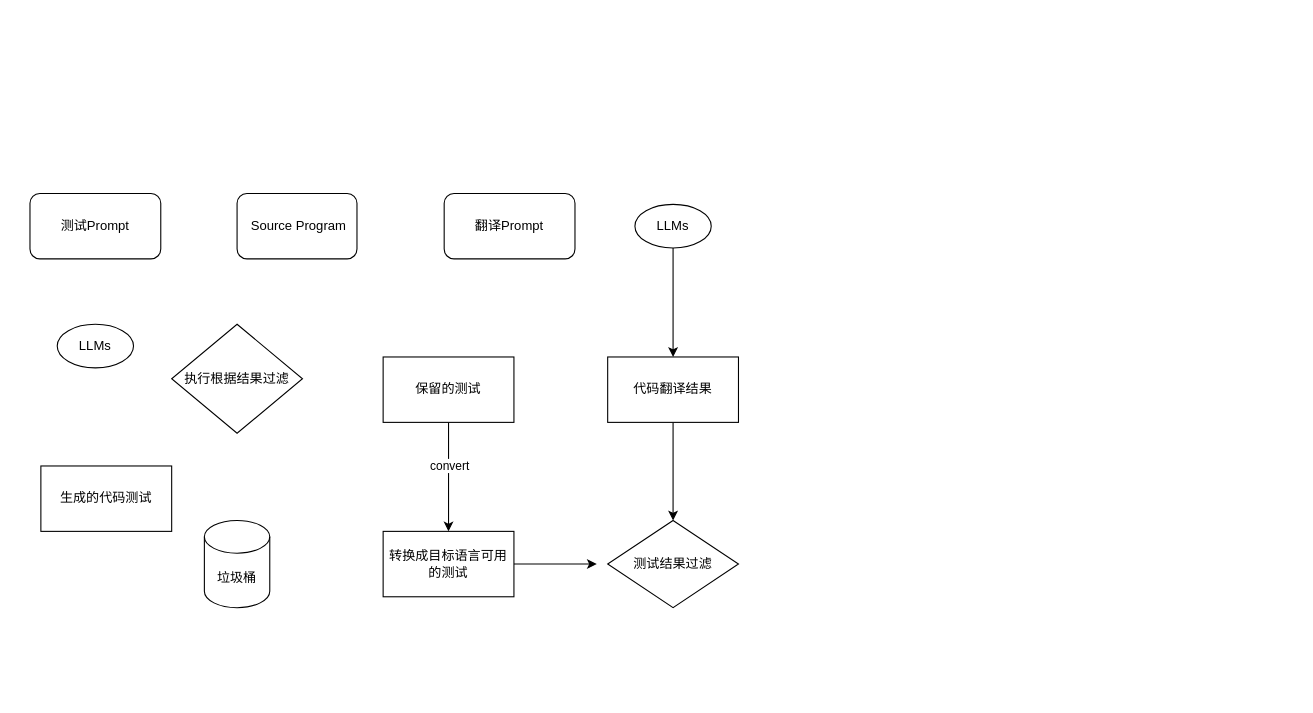
This is 思维导图/my-design.drawio from SinzoL/-, a draw.io file, before an edit. Source tidied: cells renumbered, new cells numbered last; positions are measured from the earlier drawing's top-left corner, leaving out a move shared by most shapes. Both pictures are drawn from the tidied source at 109%, with x=0, y=0 at pixel (29, 193).
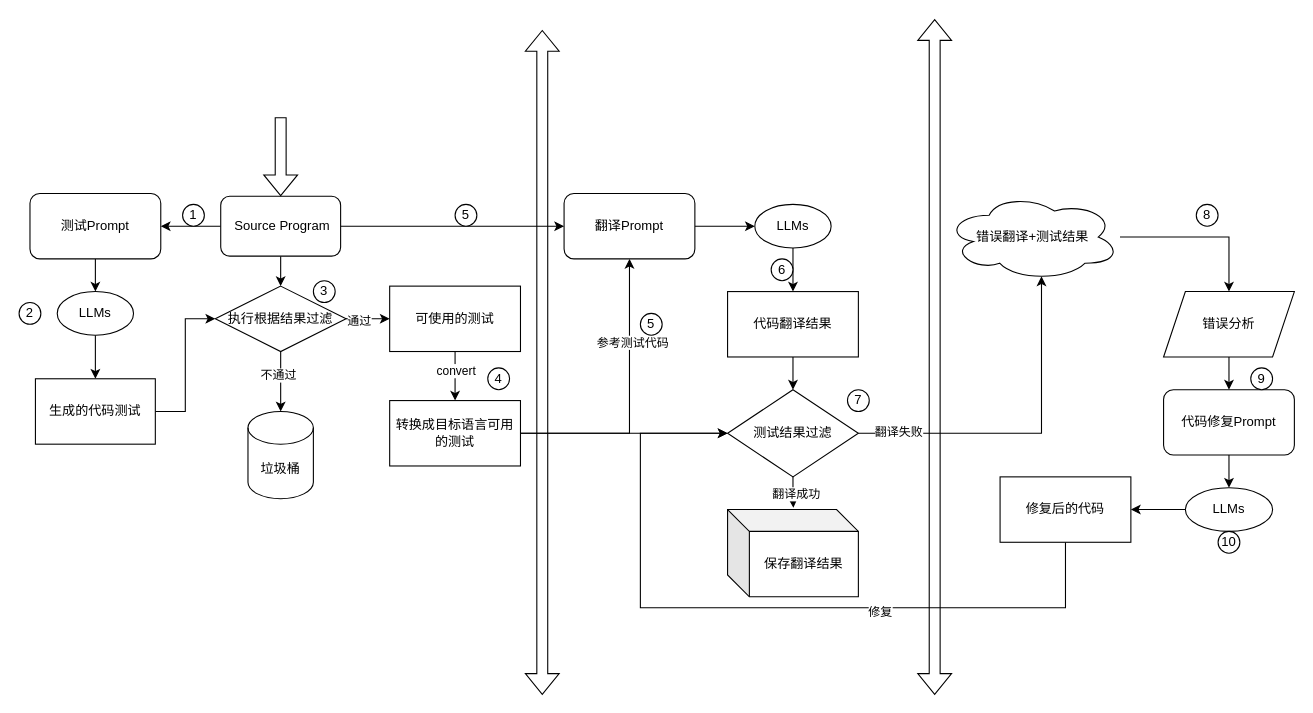
After the change.

Unchanged cells that the change refers to:
```xml
<mxCell id="2" value="测试Prompt" style="rounded=1;whiteSpace=wrap;html=1;" parent="1" vertex="1">
  <mxGeometry width="120" height="60" as="geometry" />
</mxCell>
```

Change to the diagram source:
```diff
@@
+    <mxCell id="19" style="edgeStyle=orthogonalEdgeStyle;rounded=0;jettySize=auto;html=1;entryX=0.5;entryY=0;entryDx=0;entryDy=0;" parent="1" edge="1" source="2" target="4">
+      <mxGeometry relative="1" as="geometry" />
+    </mxCell>
@@
+    <mxCell id="20" style="edgeStyle=orthogonalEdgeStyle;rounded=0;jettySize=auto;html=1;entryX=1;entryY=0.5;entryDx=0;entryDy=0;" parent="1" edge="1" source="3" target="2">
+      <mxGeometry relative="1" as="geometry" />
+    </mxCell>
+    <mxCell id="21" style="edgeStyle=orthogonalEdgeStyle;rounded=0;jettySize=auto;html=1;entryX=0;entryY=0.5;entryDx=0;entryDy=0;" parent="1" edge="1" source="3" target="11">
+      <mxGeometry relative="1" as="geometry" />
+    </mxCell>
+    <mxCell id="22" style="edgeStyle=orthogonalEdgeStyle;rounded=0;jettySize=auto;html=1;entryX=0.5;entryY=0;entryDx=0;entryDy=0;" parent="1" edge="1" source="3" target="6">
+      <mxGeometry relative="1" as="geometry" />
+    </mxCell>
     <mxCell id="3" value="&amp;nbsp;Source Program" style="rounded=1;whiteSpace=wrap;html=1;" parent="1" vertex="1">
-      <mxGeometry x="190" width="110" height="60" as="geometry" />
+      <mxGeometry x="175" y="2.5" width="110" height="55" as="geometry" />
     </mxCell>
+    <mxCell id="23" style="edgeStyle=orthogonalEdgeStyle;rounded=0;jettySize=auto;html=1;entryX=0.5;entryY=0;entryDx=0;entryDy=0;" parent="1" edge="1" source="4" target="5">
+      <mxGeometry relative="1" as="geometry" />
+    </mxCell>
     <mxCell id="4" value="LLMs" style="ellipse;whiteSpace=wrap;html=1;" parent="1" vertex="1">
-      <mxGeometry x="25" y="120" width="70" height="40" as="geometry" />
+      <mxGeometry x="25" y="90" width="70" height="40" as="geometry" />
     </mxCell>
+    <mxCell id="24" style="edgeStyle=orthogonalEdgeStyle;rounded=0;jettySize=auto;html=1;entryX=0;entryY=0.5;entryDx=0;entryDy=0;" parent="1" edge="1" source="5" target="6">
+      <mxGeometry relative="1" as="geometry" />
+    </mxCell>
     <mxCell id="5" value="生成的代码测试" style="rounded=0;whiteSpace=wrap;html=1;" parent="1" vertex="1">
-      <mxGeometry x="10" y="250" width="120" height="60" as="geometry" />
+      <mxGeometry x="5" y="170" width="110" height="60" as="geometry" />
     </mxCell>
+    <mxCell id="25" style="edgeStyle=orthogonalEdgeStyle;rounded=0;jettySize=auto;html=1;" parent="1" edge="1" source="6" target="7">
+      <mxGeometry relative="1" as="geometry" />
+    </mxCell>
+    <mxCell id="26" value="不通过" style="edgeLabel;html=1;align=center;verticalAlign=middle;" parent="25" vertex="1">
+      <mxGeometry x="-0.22" y="-3" relative="1" as="geometry" />
+    </mxCell>
+    <mxCell id="27" style="edgeStyle=orthogonalEdgeStyle;rounded=0;jettySize=auto;html=1;entryX=0;entryY=0.5;entryDx=0;entryDy=0;" parent="1" edge="1" source="6" target="10">
+      <mxGeometry relative="1" as="geometry" />
+    </mxCell>
+    <mxCell id="28" value="通过" style="edgeLabel;html=1;align=center;verticalAlign=middle;" parent="27" vertex="1">
+      <mxGeometry x="-0.47" y="-1" relative="1" as="geometry" />
+    </mxCell>
     <mxCell id="6" value="执行根据结果过滤" style="rhombus;whiteSpace=wrap;html=1;" parent="1" vertex="1">
-      <mxGeometry x="130" y="120" width="120" height="100" as="geometry" />
+      <mxGeometry x="170" y="85" width="120" height="60" as="geometry" />
     </mxCell>
     <mxCell id="7" value="垃圾桶" style="shape=cylinder3;whiteSpace=wrap;html=1;boundedLbl=1;backgroundOutline=1;size=15;" parent="1" vertex="1">
-      <mxGeometry x="160" y="300" width="60" height="80" as="geometry" />
+      <mxGeometry x="200" y="200" width="60" height="80" as="geometry" />
     </mxCell>
@@
-    <mxCell id="10" value="保留的测试" style="rounded=0;whiteSpace=wrap;html=1;" parent="1" vertex="1">
-      <mxGeometry x="324" y="150" width="120" height="60" as="geometry" />
+    <mxCell id="10" value="可使用的测试" style="rounded=0;whiteSpace=wrap;html=1;" parent="1" vertex="1">
+      <mxGeometry x="330" y="85" width="120" height="60" as="geometry" />
     </mxCell>
+    <mxCell id="29" style="edgeStyle=orthogonalEdgeStyle;rounded=0;jettySize=auto;html=1;entryX=0;entryY=0.5;entryDx=0;entryDy=0;" parent="1" edge="1" source="11" target="13">
+      <mxGeometry relative="1" as="geometry" />
+    </mxCell>
     <mxCell id="11" value="翻译Prompt" style="rounded=1;whiteSpace=wrap;html=1;" parent="1" vertex="1">
-      <mxGeometry x="380" width="120" height="60" as="geometry" />
+      <mxGeometry x="490" width="120" height="60" as="geometry" />
     </mxCell>
@@
     <mxCell id="13" value="LLMs" style="ellipse;whiteSpace=wrap;html=1;" parent="1" vertex="1">
-      <mxGeometry x="555" y="10" width="70" height="40" as="geometry" />
+      <mxGeometry x="665" y="10" width="70" height="40" as="geometry" />
     </mxCell>
@@
     <mxCell id="15" value="代码翻译结果" style="rounded=0;whiteSpace=wrap;html=1;" parent="1" vertex="1">
-      <mxGeometry x="530" y="150" width="120" height="60" as="geometry" />
+      <mxGeometry x="640" y="90" width="120" height="60" as="geometry" />
     </mxCell>
-    <mxCell id="16" style="edgeStyle=orthogonalEdgeStyle;rounded=0;jettySize=auto;html=1;" parent="1" edge="1" source="17">
-      <mxGeometry relative="1" as="geometry">
-        <mxPoint x="520" y="340" as="targetPoint" />
-      </mxGeometry>
+    <mxCell id="16" style="edgeStyle=orthogonalEdgeStyle;rounded=0;jettySize=auto;html=1;entryX=0;entryY=0.5;entryDx=0;entryDy=0;" parent="1" edge="1" source="17" target="18">
+      <mxGeometry relative="1" as="geometry" />
     </mxCell>
+    <mxCell id="30" style="edgeStyle=orthogonalEdgeStyle;rounded=0;jettySize=auto;html=1;entryX=0.5;entryY=1;entryDx=0;entryDy=0;" parent="1" edge="1" source="17" target="11">
+      <mxGeometry relative="1" as="geometry">
+        <Array as="points">
+          <mxPoint x="550" y="220" />
+          <mxPoint x="550" y="60" />
+        </Array>
+      </mxGeometry>
+    </mxCell>
+    <mxCell id="31" value="参考测试代码" style="edgeLabel;html=1;align=center;verticalAlign=middle;" parent="30" vertex="1">
+      <mxGeometry x="0.42" y="-2" relative="1" as="geometry">
+        <mxPoint y="1" as="offset" />
+      </mxGeometry>
+    </mxCell>
     <mxCell id="17" value="转换成目标语言可用的测试" style="rounded=0;whiteSpace=wrap;html=1;" parent="1" vertex="1">
-      <mxGeometry x="324" y="310" width="120" height="60" as="geometry" />
+      <mxGeometry x="330" y="190" width="120" height="60" as="geometry" />
     </mxCell>
+    <mxCell id="32" style="edgeStyle=orthogonalEdgeStyle;rounded=0;jettySize=auto;html=1;entryX=0.55;entryY=0.95;entryDx=0;entryDy=0;entryPerimeter=0;" parent="1" edge="1" source="18" target="39">
+      <mxGeometry relative="1" as="geometry" />
+    </mxCell>
+    <mxCell id="33" value="翻译失败" style="edgeLabel;html=1;align=center;verticalAlign=middle;" parent="32" vertex="1">
+      <mxGeometry x="-0.77" y="2" relative="1" as="geometry" />
+    </mxCell>
     <mxCell id="18" value="测试结果过滤" style="rhombus;whiteSpace=wrap;html=1;" parent="1" vertex="1">
-      <mxGeometry x="530" y="300" width="120" height="80" as="geometry" />
+      <mxGeometry x="640" y="180" width="120" height="80" as="geometry" />
     </mxCell>
+    <mxCell id="34" value="保存翻译结果" style="shape=cube;whiteSpace=wrap;html=1;boundedLbl=1;backgroundOutline=1;darkOpacity=0.05;darkOpacity2=0.1;" parent="1" vertex="1">
+      <mxGeometry x="640" y="290" width="120" height="80" as="geometry" />
+    </mxCell>
+    <mxCell id="35" style="edgeStyle=orthogonalEdgeStyle;rounded=0;jettySize=auto;html=1;entryX=0.503;entryY=-0.021;entryDx=0;entryDy=0;entryPerimeter=0;" parent="1" edge="1" source="18" target="34">
+      <mxGeometry relative="1" as="geometry" />
+    </mxCell>
+    <mxCell id="36" value="翻译成功" style="edgeLabel;html=1;align=center;verticalAlign=middle;" parent="35" vertex="1">
+      <mxGeometry x="-0.15" y="2" relative="1" as="geometry">
+        <mxPoint y="3" as="offset" />
+      </mxGeometry>
+    </mxCell>
+    <mxCell id="37" style="shape=flexArrow;endArrow=classic;html=1;rounded=0;entryX=0.5;entryY=0;entryDx=0;entryDy=0;" parent="1" edge="1" target="3">
+      <mxGeometry relative="1" as="geometry">
+        <mxPoint x="230" y="-70" as="sourcePoint" />
+      </mxGeometry>
+    </mxCell>
+    <mxCell id="38" style="edgeStyle=orthogonalEdgeStyle;rounded=0;jettySize=auto;html=1;entryX=0.5;entryY=0;entryDx=0;entryDy=0;" parent="1" edge="1" source="39" target="41">
+      <mxGeometry relative="1" as="geometry">
+        <Array as="points">
+          <mxPoint x="950" y="40" />
+          <mxPoint x="1170" y="40" />
+        </Array>
+      </mxGeometry>
+    </mxCell>
+    <mxCell id="39" value="错误翻译+测试结果" style="ellipse;shape=cloud;whiteSpace=wrap;html=1;" parent="1" vertex="1">
+      <mxGeometry x="840" width="160" height="80" as="geometry" />
+    </mxCell>
+    <mxCell id="40" style="edgeStyle=orthogonalEdgeStyle;rounded=0;jettySize=auto;html=1;" parent="1" edge="1" source="41" target="43">
+      <mxGeometry relative="1" as="geometry" />
+    </mxCell>
+    <mxCell id="41" value="错误分析" style="shape=parallelogram;perimeter=parallelogramPerimeter;whiteSpace=wrap;html=1;fixedSize=1;" parent="1" vertex="1">
+      <mxGeometry x="1040" y="90" width="120" height="60" as="geometry" />
+    </mxCell>
+    <mxCell id="42" style="edgeStyle=orthogonalEdgeStyle;rounded=0;jettySize=auto;html=1;entryX=0.5;entryY=0;entryDx=0;entryDy=0;" parent="1" edge="1" source="43" target="45">
+      <mxGeometry relative="1" as="geometry" />
+    </mxCell>
+    <mxCell id="43" value="代码修复Prompt" style="rounded=1;whiteSpace=wrap;html=1;" parent="1" vertex="1">
+      <mxGeometry x="1040" y="180" width="120" height="60" as="geometry" />
+    </mxCell>
+    <mxCell id="44" style="edgeStyle=orthogonalEdgeStyle;rounded=0;jettySize=auto;html=1;entryX=1;entryY=0.5;entryDx=0;entryDy=0;" parent="1" edge="1" source="45" target="48">
+      <mxGeometry relative="1" as="geometry" />
+    </mxCell>
+    <mxCell id="45" value="LLMs" style="ellipse;whiteSpace=wrap;html=1;" parent="1" vertex="1">
+      <mxGeometry x="1060" y="270" width="80" height="40" as="geometry" />
+    </mxCell>
+    <mxCell id="46" style="edgeStyle=orthogonalEdgeStyle;rounded=0;jettySize=auto;html=1;entryX=0;entryY=0.5;entryDx=0;entryDy=0;" parent="1" edge="1" source="48" target="18">
+      <mxGeometry relative="1" as="geometry">
+        <Array as="points">
+          <mxPoint x="950" y="380" />
+          <mxPoint x="560" y="380" />
+          <mxPoint x="560" y="220" />
+        </Array>
+      </mxGeometry>
+    </mxCell>
+    <mxCell id="47" value="修复" style="edgeLabel;html=1;align=center;verticalAlign=middle;" parent="46" vertex="1">
+      <mxGeometry x="-0.33" y="3" relative="1" as="geometry" />
+    </mxCell>
+    <mxCell id="48" value="修复后的代码" style="rounded=0;whiteSpace=wrap;html=1;" parent="1" vertex="1">
+      <mxGeometry x="890" y="260" width="120" height="60" as="geometry" />
+    </mxCell>
+    <mxCell id="49" style="shape=flexArrow;endArrow=classic;startArrow=classic;html=1;rounded=0;" parent="1" edge="1">
+      <mxGeometry relative="1" as="geometry">
+        <mxPoint x="470" y="460" as="sourcePoint" />
+        <mxPoint x="470" y="-150" as="targetPoint" />
+      </mxGeometry>
+    </mxCell>
+    <mxCell id="50" style="shape=flexArrow;endArrow=classic;startArrow=classic;html=1;rounded=0;" parent="1" edge="1">
+      <mxGeometry relative="1" as="geometry">
+        <mxPoint x="830" y="460" as="sourcePoint" />
+        <mxPoint x="830" y="-160" as="targetPoint" />
+      </mxGeometry>
+    </mxCell>
+    <mxCell id="51" value="1" style="ellipse;whiteSpace=wrap;html=1;" parent="1" vertex="1">
+      <mxGeometry x="140" y="10" width="20" height="20" as="geometry" />
+    </mxCell>
+    <mxCell id="52" value="2" style="ellipse;whiteSpace=wrap;html=1;" parent="1" vertex="1">
+      <mxGeometry x="-10" y="100" width="20" height="20" as="geometry" />
+    </mxCell>
+    <mxCell id="53" value="3" style="ellipse;whiteSpace=wrap;html=1;" parent="1" vertex="1">
+      <mxGeometry x="260" y="80" width="20" height="20" as="geometry" />
+    </mxCell>
+    <mxCell id="54" value="4" style="ellipse;whiteSpace=wrap;html=1;" parent="1" vertex="1">
+      <mxGeometry x="420" y="160" width="20" height="20" as="geometry" />
+    </mxCell>
+    <mxCell id="55" value="5" style="ellipse;whiteSpace=wrap;html=1;" parent="1" vertex="1">
+      <mxGeometry x="390" y="10" width="20" height="20" as="geometry" />
+    </mxCell>
+    <mxCell id="56" value="6" style="ellipse;whiteSpace=wrap;html=1;" parent="1" vertex="1">
+      <mxGeometry x="680" y="60" width="20" height="20" as="geometry" />
+    </mxCell>
+    <mxCell id="57" value="7" style="ellipse;whiteSpace=wrap;html=1;" parent="1" vertex="1">
+      <mxGeometry x="750" y="180" width="20" height="20" as="geometry" />
+    </mxCell>
+    <mxCell id="58" value="8" style="ellipse;whiteSpace=wrap;html=1;" parent="1" vertex="1">
+      <mxGeometry x="1070" y="10" width="20" height="20" as="geometry" />
+    </mxCell>
+    <mxCell id="59" value="9" style="ellipse;whiteSpace=wrap;html=1;" parent="1" vertex="1">
+      <mxGeometry x="1120" y="160" width="20" height="20" as="geometry" />
+    </mxCell>
+    <mxCell id="60" value="10" style="ellipse;whiteSpace=wrap;html=1;" parent="1" vertex="1">
+      <mxGeometry x="1090" y="310" width="20" height="20" as="geometry" />
+    </mxCell>
+    <mxCell id="61" value="5" style="ellipse;whiteSpace=wrap;html=1;" parent="1" vertex="1">
+      <mxGeometry x="560" y="110" width="20" height="20" as="geometry" />
+    </mxCell>
```
